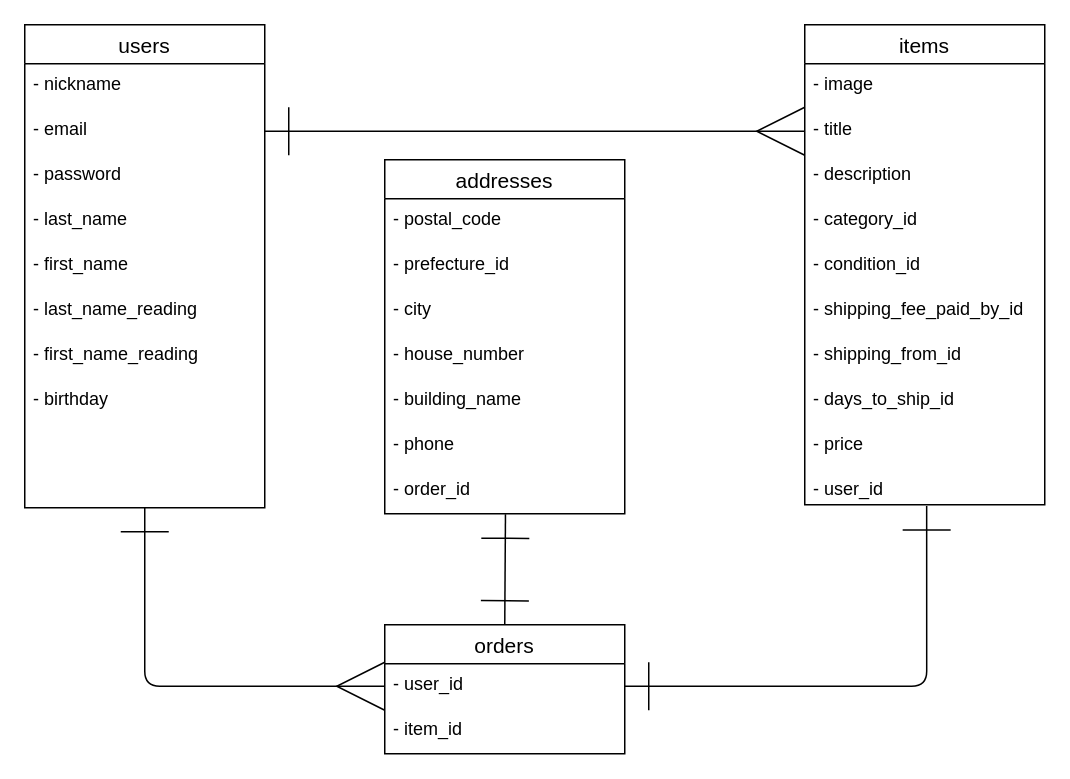
fuj1sh0/furima-39662 keeps this draw.io diagram as furima.dio. Above is the earlier version. Source tidied: cells renumbered, new cells numbered last; positions are measured from the earlier drawing's top-left corner, leaving out a move shared by most shapes. Both pictures are drawn from the tidied source at 150%, with x=0, y=0 at pixel (24, 24).
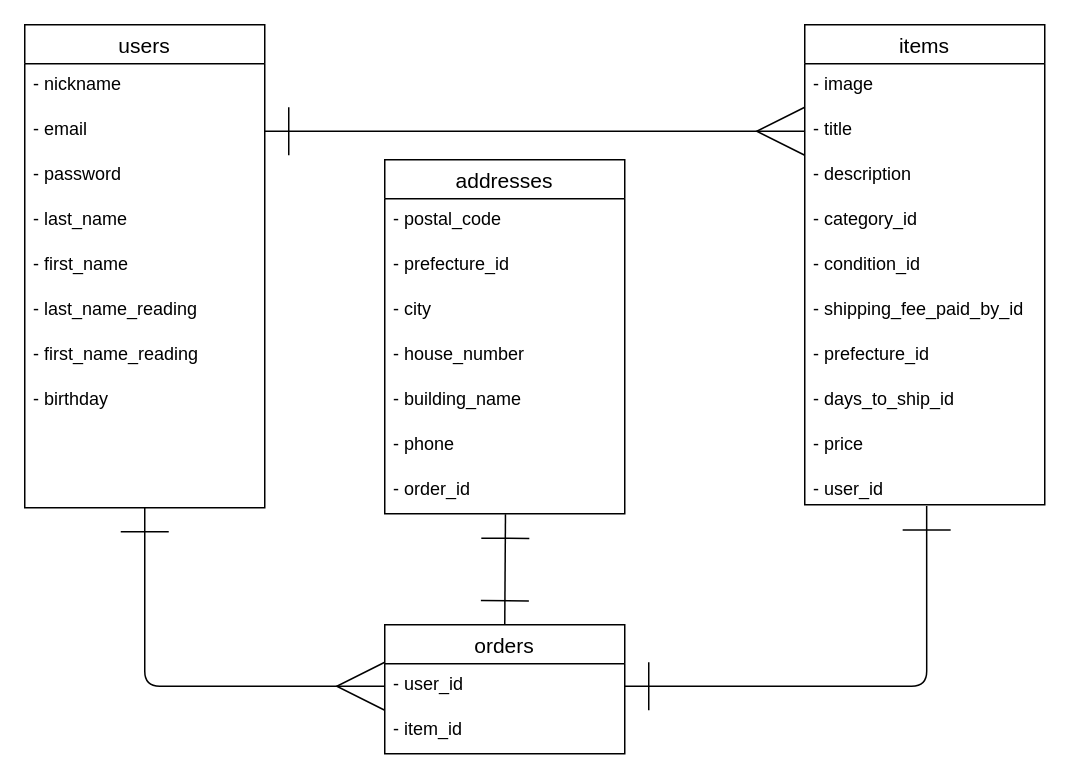
The same page after the edit.

Commit message (it also covers changes not shown here):
データベース設計3

The change refers to these unchanged cells:
```xml
<mxCell id="19" value="items" style="swimlane;fontStyle=0;horizontal=1;startSize=26;align=center;fontSize=14;" parent="1" vertex="1">
  <mxGeometry x="520" width="160" height="320" as="geometry" />
</mxCell>
```

The edit, as a diff of the source:
```diff
@@
-    <mxCell id="26" value="- shipping_from_id" style="text;strokeColor=none;fillColor=none;spacingLeft=4;spacingRight=4;overflow=hidden;fontSize=12;" parent="19" vertex="1">
+    <mxCell id="26" value="- prefecture_id" style="text;strokeColor=none;fillColor=none;spacingLeft=4;spacingRight=4;overflow=hidden;fontSize=12;" parent="19" vertex="1">
       <mxGeometry y="206" width="160" height="30" as="geometry" />
     </mxCell>
```
